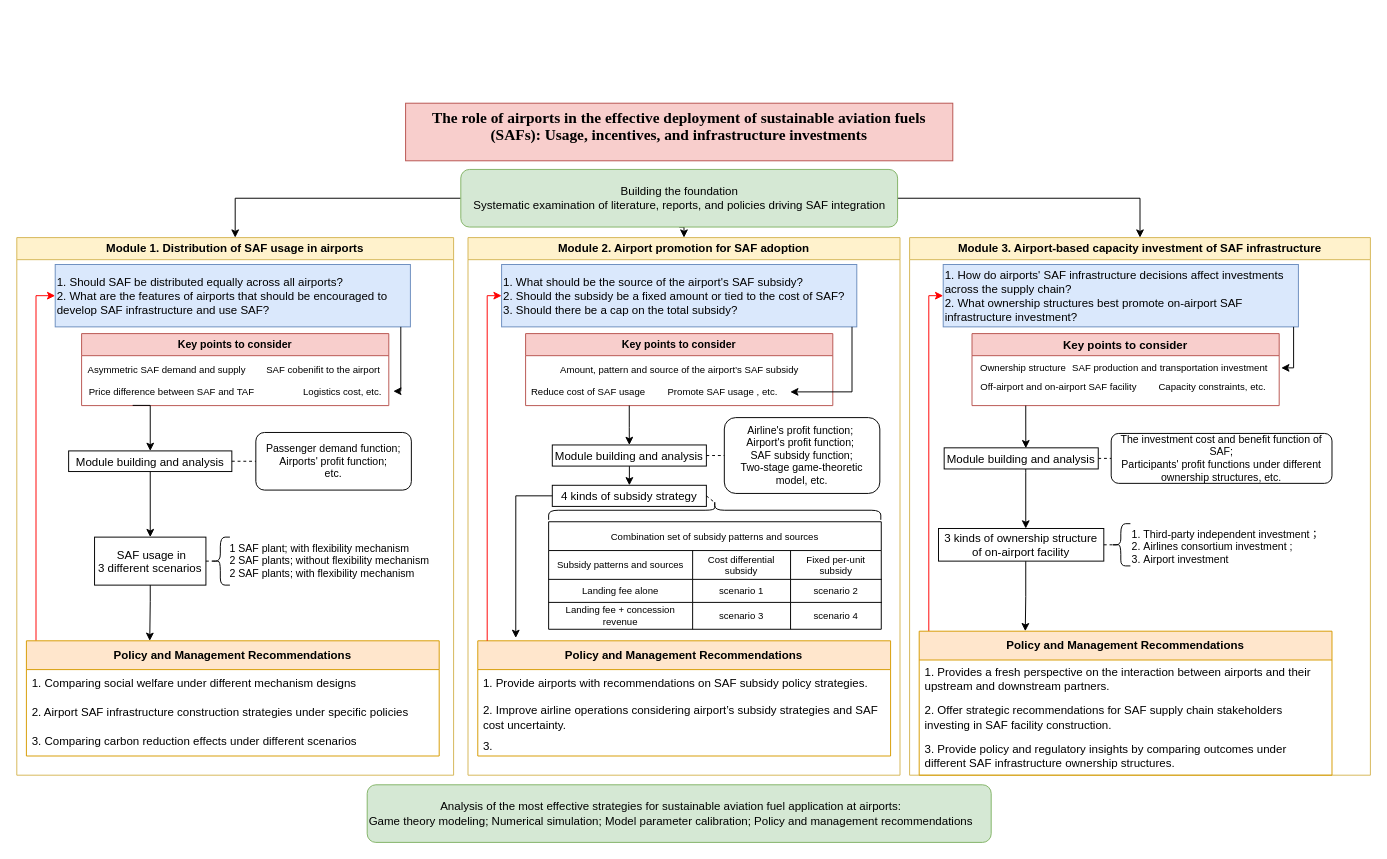
Before: 技术路线图.drawio in HengfeiMa95/paper-reading, a draw.io diagram. Source tidied: cells renumbered, new cells numbered last; positions are measured from the earlier drawing's top-left corner, leaving out a move shared by most shapes. Both pictures are drawn from the tidied source at 96%, with x=0, y=0 at pixel (16, 103).
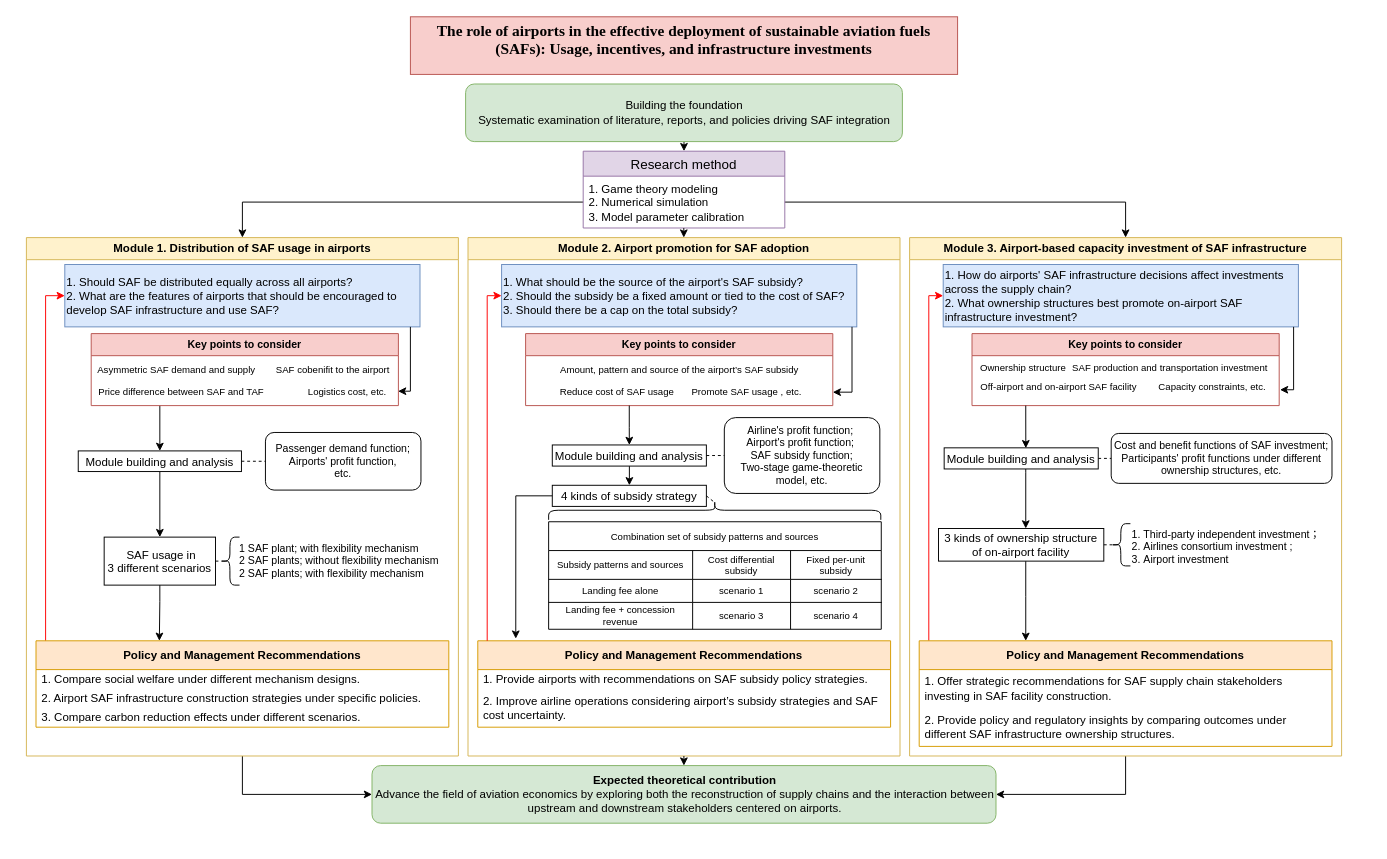
Above is the later version.

Commit message (it also covers changes not shown here):
Update 技术路线图.drawio

Unchanged cells that the change refers to:
```xml
<mxCell id="4" value="Module building and analysis" parent="2" vertex="1">
  <mxGeometry x="54" y="222.2" width="170" height="21.5" as="geometry" />
</mxCell>
<mxCell id="18" value="Key points to consider" style="swimlane;fillColor=#f8cecc;strokeColor=#b85450;fontSize=11;" parent="2" vertex="1">
  <mxGeometry x="67.5" y="100" width="320" height="75" as="geometry" />
</mxCell>
<mxCell id="20" value="&lt;font style=&quot;font-size: 10px;&quot;&gt;Price difference between SAF and TAF&lt;/font&gt;" style="text;html=1;align=center;verticalAlign=middle;points=[];strokeColor=none;fillColor=none;fontSize=9;" parent="18" vertex="1">
  <mxGeometry x="-7" y="45" width="200" height="30" as="geometry" />
</mxCell>
<mxCell id="26" value="1. What should be the source of the airport's SAF subsidy?&amp;nbsp;&lt;div&gt;2. Should the subsidy be a fixed amount or tied to the cost of SAF?&amp;nbsp;&lt;/div&gt;&lt;div&gt;3. Should there be a cap on the total subsidy?&lt;/div&gt;" style="text;strokeColor=#6c8ebf;fillColor=#dae8fc;html=1;whiteSpace=wrap;verticalAlign=middle;overflow=hidden;" parent="25" vertex="1">
  <mxGeometry x="35" y="28" width="370" height="65" as="geometry" />
</mxCell>
<mxCell id="51" value="Key points to consider" style="swimlane;fillColor=#f8cecc;strokeColor=#b85450;fontSize=11;" parent="25" vertex="1">
  <mxGeometry x="60" y="100" width="320" height="75" as="geometry" />
</mxCell>
<mxCell id="60" value="&lt;div&gt;1. How do airports' SAF infrastructure decisions affect investments across the supply chain?&lt;/div&gt;&lt;div&gt;2. What ownership structures best promote on-airport SAF infrastructure investment?&lt;/div&gt;" style="text;strokeColor=#6c8ebf;fillColor=#dae8fc;html=1;whiteSpace=wrap;verticalAlign=middle;overflow=hidden;" parent="59" vertex="1">
  <mxGeometry x="35" y="28" width="370" height="65" as="geometry" />
</mxCell>
<mxCell id="76" value="&lt;font style=&quot;font-size: 10px;&quot;&gt;Capacity constraints, etc.&lt;/font&gt;" style="text;html=1;align=center;verticalAlign=middle;points=[];strokeColor=none;fillColor=none;fontSize=9;" parent="75" vertex="1">
  <mxGeometry x="180" y="40" width="140" height="30" as="geometry" />
</mxCell>
<mxCell id="77" value="&lt;font style=&quot;font-size: 10px;&quot;&gt;SAF production and transportation investment&lt;/font&gt;" style="text;html=1;align=center;verticalAlign=middle;points=[];strokeColor=none;fillColor=none;fontSize=9;" parent="75" vertex="1">
  <mxGeometry x="91" y="20" width="230" height="30" as="geometry" />
</mxCell>
```

The edit, as a diff of the source:
```diff
@@
+    <mxCell id="88" style="edgeStyle=orthogonalEdgeStyle;rounded=0;jettySize=auto;html=1;entryX=0;entryY=0.5;entryDx=0;entryDy=0;" parent="1" edge="1" source="2" target="87">
+      <mxGeometry relative="1" as="geometry" />
+    </mxCell>
     <mxCell id="2" value="Module 1. Distribution of SAF usage in airports" style="swimlane;whiteSpace=wrap;fillColor=#fff2cc;strokeColor=#d6b656;" parent="1" vertex="1">
-      <mxGeometry y="140" width="455" height="560" as="geometry" />
+      <mxGeometry x="10" y="140" width="450" height="540" as="geometry" />
     </mxCell>
@@
-    <mxCell id="7" value="Passenger demand function;&lt;div style=&quot;font-size: 11px;&quot;&gt;Airports' profit function;&lt;/div&gt;&lt;div style=&quot;font-size: 11px;&quot;&gt;etc.&lt;/div&gt;" style="rounded=1;whiteSpace=wrap;html=1;fontSize=11;" parent="2" vertex="1">
+    <mxCell id="7" value="Passenger demand function;&lt;div style=&quot;font-size: 11px;&quot;&gt;Airports' profit function,&lt;/div&gt;&lt;div style=&quot;font-size: 11px;&quot;&gt;etc.&lt;/div&gt;" style="rounded=1;whiteSpace=wrap;html=1;fontSize=11;" parent="2" vertex="1">
       <mxGeometry x="249" y="203" width="162" height="60" as="geometry" />
     </mxCell>
@@
     <mxCell id="12" value="&lt;span style=&quot;font-weight: 700;&quot;&gt;Policy and Management Recommendations&lt;/span&gt;" style="swimlane;fontStyle=0;horizontal=1;startSize=30;whiteSpace=wrap;html=1;align=center;verticalAlign=middle;fontFamily=Helvetica;fontSize=12;fillColor=#ffe6cc;strokeColor=#d79b00;" parent="2" vertex="1">
-      <mxGeometry x="10" y="420" width="430" height="120" as="geometry" />
+      <mxGeometry x="10" y="420" width="430" height="90" as="geometry" />
     </mxCell>
-    <mxCell id="13" value="1. Comparing social welfare under different mechanism designs" style="text;strokeColor=none;fillColor=none;align=left;verticalAlign=middle;spacingLeft=4;spacingRight=4;overflow=hidden;whiteSpace=wrap;html=1;fontFamily=Helvetica;fontSize=12;fontColor=default;" parent="12" vertex="1">
-      <mxGeometry y="30" width="430" height="30" as="geometry" />
+    <mxCell id="13" value="1. Compare social welfare under different mechanism designs." style="text;strokeColor=none;fillColor=none;align=left;verticalAlign=middle;spacingLeft=4;spacingRight=4;overflow=hidden;whiteSpace=wrap;html=1;fontFamily=Helvetica;fontSize=12;fontColor=default;" parent="12" vertex="1">
+      <mxGeometry y="30" width="430" height="20" as="geometry" />
     </mxCell>
-    <mxCell id="14" value="2. Airport SAF infrastructure construction strategies under specific policies" style="text;strokeColor=none;fillColor=none;align=left;verticalAlign=middle;spacingLeft=4;spacingRight=4;overflow=hidden;whiteSpace=wrap;html=1;fontFamily=Helvetica;fontSize=12;fontColor=default;" parent="12" vertex="1">
-      <mxGeometry y="60" width="430" height="30" as="geometry" />
+    <mxCell id="14" value="2. Airport SAF infrastructure construction strategies under specific policies." style="text;strokeColor=none;fillColor=none;align=left;verticalAlign=middle;spacingLeft=4;spacingRight=4;overflow=hidden;whiteSpace=wrap;html=1;fontFamily=Helvetica;fontSize=12;fontColor=default;" parent="12" vertex="1">
+      <mxGeometry y="50" width="430" height="20" as="geometry" />
     </mxCell>
-    <mxCell id="15" value="3. Comparing carbon reduction effects under different scenarios" style="text;strokeColor=none;fillColor=none;align=left;verticalAlign=middle;spacingLeft=4;spacingRight=4;overflow=hidden;whiteSpace=wrap;html=1;fontFamily=Helvetica;fontSize=12;fontColor=default;" parent="12" vertex="1">
-      <mxGeometry y="90" width="430" height="30" as="geometry" />
+    <mxCell id="15" value="3. Compare carbon reduction effects under different scenarios." style="text;strokeColor=none;fillColor=none;align=left;verticalAlign=middle;spacingLeft=4;spacingRight=4;overflow=hidden;whiteSpace=wrap;html=1;fontFamily=Helvetica;fontSize=12;fontColor=default;" parent="12" vertex="1">
+      <mxGeometry y="70" width="430" height="20" as="geometry" />
     </mxCell>
@@
+    <mxCell id="89" style="edgeStyle=orthogonalEdgeStyle;rounded=0;jettySize=auto;html=1;entryX=0.5;entryY=0;entryDx=0;entryDy=0;" parent="2" edge="1" source="18" target="4">
+      <mxGeometry relative="1" as="geometry">
+        <Array as="points">
+          <mxPoint x="139" y="190" />
+          <mxPoint x="139" y="190" />
+        </Array>
+      </mxGeometry>
+    </mxCell>
@@
     <mxCell id="22" value="Logistics cost, etc." style="text;html=1;align=center;verticalAlign=middle;points=[];strokeColor=none;fillColor=none;fontSize=10;" parent="18" vertex="1">
-      <mxGeometry x="216" y="45" width="110" height="30" as="geometry" />
+      <mxGeometry x="211" y="45" width="110" height="30" as="geometry" />
     </mxCell>
-    <mxCell id="23" style="edgeStyle=orthogonalEdgeStyle;rounded=0;jettySize=auto;html=1;entryX=0.5;entryY=0;entryDx=0;entryDy=0;exitX=0.301;exitY=0.993;exitDx=0;exitDy=0;exitPerimeter=0;" parent="2" edge="1" source="20" target="4">
-      <mxGeometry relative="1" as="geometry">
-        <Array as="points">
-          <mxPoint x="139" y="175" />
-        </Array>
-      </mxGeometry>
-    </mxCell>
@@
     <mxCell id="25" value="Module 2. Airport promotion for SAF adoption" style="swimlane;whiteSpace=wrap;fillColor=#fff2cc;strokeColor=#d6b656;" parent="1" vertex="1">
-      <mxGeometry x="470" y="140" width="450" height="560" as="geometry" />
+      <mxGeometry x="470" y="140" width="450" height="540" as="geometry" />
     </mxCell>
@@
     <mxCell id="47" value="&lt;span style=&quot;font-weight: 700;&quot;&gt;Policy and Management Recommendations&lt;/span&gt;" style="swimlane;fontStyle=0;horizontal=1;startSize=30;whiteSpace=wrap;html=1;align=center;verticalAlign=middle;fontFamily=Helvetica;fontSize=12;fillColor=#ffe6cc;strokeColor=#d79b00;" parent="25" vertex="1">
-      <mxGeometry x="10.2" y="420" width="430" height="120" as="geometry" />
+      <mxGeometry x="10.2" y="420" width="430" height="90" as="geometry" />
     </mxCell>
     <mxCell id="48" value="1. Provide airports with recommendations on SAF subsidy policy strategies." style="text;strokeColor=none;fillColor=none;align=left;verticalAlign=middle;spacingLeft=4;spacingRight=4;overflow=hidden;whiteSpace=wrap;html=1;fontFamily=Helvetica;fontSize=12;fontColor=default;" parent="47" vertex="1">
-      <mxGeometry y="30" width="430" height="30" as="geometry" />
+      <mxGeometry y="30" width="430" height="20" as="geometry" />
     </mxCell>
     <mxCell id="49" value="2. Improve airline operations considering airport’s subsidy strategies and SAF cost uncertainty." style="text;strokeColor=none;fillColor=none;align=left;verticalAlign=middle;spacingLeft=4;spacingRight=4;overflow=hidden;whiteSpace=wrap;html=1;fontFamily=Helvetica;fontSize=12;fontColor=default;" parent="47" vertex="1">
-      <mxGeometry y="60" width="430" height="40" as="geometry" />
+      <mxGeometry y="50" width="430" height="40" as="geometry" />
     </mxCell>
-    <mxCell id="50" value="3.&amp;nbsp;" style="text;strokeColor=none;fillColor=none;align=left;verticalAlign=middle;spacingLeft=4;spacingRight=4;overflow=hidden;whiteSpace=wrap;html=1;fontFamily=Helvetica;fontSize=12;fontColor=default;" parent="47" vertex="1">
-      <mxGeometry y="100" width="430" height="20" as="geometry" />
-    </mxCell>
@@
     <mxCell id="52" value="Promote SAF usage , etc." style="text;html=1;align=center;verticalAlign=middle;points=[];strokeColor=none;fillColor=none;fontSize=10;" parent="51" vertex="1">
-      <mxGeometry x="135" y="45" width="140" height="30" as="geometry" />
+      <mxGeometry x="160" y="45" width="140" height="30" as="geometry" />
     </mxCell>
@@
     <mxCell id="54" value="Reduce cost of SAF usage" style="text;html=1;align=center;verticalAlign=middle;points=[];strokeColor=none;fillColor=none;fontSize=10;" parent="51" vertex="1">
-      <mxGeometry x="-5" y="45" width="140" height="30" as="geometry" />
+      <mxGeometry x="25" y="45" width="140" height="30" as="geometry" />
     </mxCell>
@@
-    <mxCell id="58" style="edgeStyle=orthogonalEdgeStyle;rounded=0;jettySize=auto;html=1;entryX=1.005;entryY=0.524;entryDx=0;entryDy=0;entryPerimeter=0;" parent="25" edge="1" source="26" target="52">
+    <mxCell id="58" style="edgeStyle=orthogonalEdgeStyle;rounded=0;jettySize=auto;html=1;" parent="25" edge="1" source="26">
       <mxGeometry relative="1" as="geometry">
+        <mxPoint x="380" y="161" as="targetPoint" />
         <Array as="points">
           <mxPoint x="400" y="161" />
         </Array>
       </mxGeometry>
     </mxCell>
+    <mxCell id="90" style="edgeStyle=orthogonalEdgeStyle;rounded=0;jettySize=auto;html=1;entryX=1;entryY=0.5;entryDx=0;entryDy=0;" parent="1" edge="1" source="59" target="87">
+      <mxGeometry relative="1" as="geometry" />
+    </mxCell>
     <mxCell id="59" value="Module 3. Airport-based capacity investment of SAF infrastructure" style="swimlane;whiteSpace=wrap;fillColor=#fff2cc;strokeColor=#d6b656;" parent="1" vertex="1">
-      <mxGeometry x="930" y="140" width="480" height="560" as="geometry" />
+      <mxGeometry x="930" y="140" width="450" height="540" as="geometry" />
     </mxCell>
@@
-    <mxCell id="63" value="The investment cost and benefit function of SAF;&lt;div&gt;Participants' profit functions under different ownership structures, etc.&lt;br&gt;&lt;/div&gt;" style="rounded=1;whiteSpace=wrap;html=1;fontSize=11;" parent="59" vertex="1">
+    <mxCell id="63" value="Cost and benefit functions of SAF investment;&lt;div&gt;Participants' profit functions under different ownership structures, etc.&lt;br&gt;&lt;/div&gt;" style="rounded=1;whiteSpace=wrap;html=1;fontSize=11;" parent="59" vertex="1">
       <mxGeometry x="210" y="204" width="230" height="52" as="geometry" />
     </mxCell>
-    <mxCell id="64" style="edgeStyle=orthogonalEdgeStyle;rounded=0;orthogonalLoop=1;jettySize=auto;html=1;entryX=0.25;entryY=0;entryDx=0;entryDy=0;" parent="59" edge="1">
+    <mxCell id="64" style="edgeStyle=orthogonalEdgeStyle;rounded=0;orthogonalLoop=1;jettySize=auto;html=1;" parent="59" edge="1">
       <mxGeometry relative="1" as="geometry">
         <mxPoint x="121" y="337" as="sourcePoint" />
-        <mxPoint x="120.5" y="410" as="targetPoint" />
+        <mxPoint x="121" y="420" as="targetPoint" />
         <Array as="points">
           <mxPoint x="121" y="374" />
           <mxPoint x="121" y="374" />
         </Array>
       </mxGeometry>
     </mxCell>
@@
     <mxCell id="70" value="&lt;span style=&quot;font-weight: 700;&quot;&gt;Policy and Management Recommendations&lt;/span&gt;" style="swimlane;fontStyle=0;horizontal=1;startSize=30;whiteSpace=wrap;html=1;align=center;verticalAlign=middle;fontFamily=Helvetica;fontSize=12;fillColor=#ffe6cc;strokeColor=#d79b00;" parent="59" vertex="1">
-      <mxGeometry x="10" y="410" width="430" height="150" as="geometry" />
+      <mxGeometry x="10" y="420" width="430" height="110" as="geometry" />
     </mxCell>
-    <mxCell id="71" value="1. Provides a fresh perspective on the interaction between airports and their upstream and downstream partners." style="text;strokeColor=none;fillColor=none;align=left;verticalAlign=middle;spacingLeft=4;spacingRight=4;overflow=hidden;whiteSpace=wrap;html=1;fontFamily=Helvetica;fontSize=12;fontColor=default;" parent="70" vertex="1">
-      <mxGeometry y="30" width="430" height="40" as="geometry" />
-    </mxCell>
-    <mxCell id="72" value="2. Offer strategic recommendations for&amp;nbsp;SAF supply chain stakeholders investing in SAF facility construction." style="text;strokeColor=none;fillColor=none;align=left;verticalAlign=middle;spacingLeft=4;spacingRight=4;overflow=hidden;whiteSpace=wrap;html=1;fontFamily=Helvetica;fontSize=12;fontColor=default;" parent="70" vertex="1">
-      <mxGeometry y="70" width="430" height="40" as="geometry" />
+    <mxCell id="72" value="1. Offer strategic recommendations for&amp;nbsp;SAF supply chain stakeholders investing in SAF facility construction." style="text;strokeColor=none;fillColor=none;align=left;verticalAlign=middle;spacingLeft=4;spacingRight=4;overflow=hidden;whiteSpace=wrap;html=1;fontFamily=Helvetica;fontSize=12;fontColor=default;" parent="70" vertex="1">
+      <mxGeometry y="30" width="430" height="40" as="geometry" />
     </mxCell>
-    <mxCell id="73" value="3. Provide policy and regulatory insights by comparing outcomes under different SAF infrastructure ownership structures." style="text;strokeColor=none;fillColor=none;align=left;verticalAlign=middle;spacingLeft=4;spacingRight=4;overflow=hidden;whiteSpace=wrap;html=1;fontFamily=Helvetica;fontSize=12;fontColor=default;" parent="70" vertex="1">
-      <mxGeometry y="110" width="430" height="40" as="geometry" />
+    <mxCell id="73" value="2. Provide policy and regulatory insights by comparing outcomes under different SAF infrastructure ownership structures." style="text;strokeColor=none;fillColor=none;align=left;verticalAlign=middle;spacingLeft=4;spacingRight=4;overflow=hidden;whiteSpace=wrap;html=1;fontFamily=Helvetica;fontSize=12;fontColor=default;" parent="70" vertex="1">
+      <mxGeometry y="70" width="430" height="40" as="geometry" />
     </mxCell>
@@
-    <mxCell id="75" value="Key points to consider" style="swimlane;fillColor=#f8cecc;strokeColor=#b85450;" parent="59" vertex="1">
+    <mxCell id="75" value="Key points to consider" style="swimlane;fillColor=#f8cecc;strokeColor=#b85450;fontSize=11;" parent="59" vertex="1">
       <mxGeometry x="65" y="100" width="320" height="75" as="geometry" />
     </mxCell>
@@
-    <mxCell id="81" style="edgeStyle=orthogonalEdgeStyle;rounded=0;jettySize=auto;html=1;entryX=1.005;entryY=0.524;entryDx=0;entryDy=0;entryPerimeter=0;" parent="59" edge="1" source="60" target="77">
-      <mxGeometry relative="1" as="geometry">
-        <Array as="points">
-          <mxPoint x="400" y="136" />
-        </Array>
-      </mxGeometry>
-    </mxCell>
+    <mxCell id="91" style="edgeStyle=orthogonalEdgeStyle;rounded=0;jettySize=auto;html=1;entryX=1.006;entryY=0.617;entryDx=0;entryDy=0;entryPerimeter=0;" parent="59" edge="1" source="60" target="76">
+      <mxGeometry relative="1" as="geometry">
+        <Array as="points">
+          <mxPoint x="400" y="159" />
+        </Array>
+      </mxGeometry>
+    </mxCell>
     <mxCell id="82" value="&lt;p class=&quot;MsoNormal&quot; style=&quot;margin: 0cm 0cm 8pt; line-height: normal; font-size: 11pt; font-family: DengXian;&quot;&gt;&lt;b&gt;&lt;span lang=&quot;EN-US&quot; style=&quot;font-size: 12pt; font-family: &amp;quot;Times New Roman&amp;quot;, serif;&quot;&gt;The role of airports in the effective deployment of sustainable aviation fuels (SAFs): Usage, incentives, and infrastructure investments&lt;/span&gt;&lt;/b&gt;&lt;/p&gt;" style="rounded=0;whiteSpace=wrap;html=1;align=center;verticalAlign=top;fillColor=#f8cecc;strokeColor=#b85450;" parent="1" vertex="1">
-      <mxGeometry x="405" width="570" height="60" as="geometry" />
+      <mxGeometry x="410" y="-90" width="570" height="60" as="geometry" />
     </mxCell>
-    <mxCell id="83" style="edgeStyle=orthogonalEdgeStyle;rounded=0;jettySize=auto;html=1;entryX=0.5;entryY=0;entryDx=0;entryDy=0;fontFamily=Helvetica;fontSize=12;fontColor=default;" parent="1" edge="1" source="86" target="2">
+    <mxCell id="83" style="edgeStyle=orthogonalEdgeStyle;rounded=0;jettySize=auto;html=1;entryX=0.5;entryY=0;entryDx=0;entryDy=0;fontFamily=Helvetica;fontSize=12;fontColor=default;exitX=0;exitY=0.5;exitDx=0;exitDy=0;" parent="1" edge="1" source="93" target="2">
       <mxGeometry relative="1" as="geometry" />
     </mxCell>
-    <mxCell id="84" style="edgeStyle=orthogonalEdgeStyle;rounded=0;jettySize=auto;html=1;entryX=0.5;entryY=0;entryDx=0;entryDy=0;fontFamily=Helvetica;fontSize=12;fontColor=default;" parent="1" edge="1" source="86" target="59">
+    <mxCell id="84" style="edgeStyle=orthogonalEdgeStyle;rounded=0;jettySize=auto;html=1;entryX=0.5;entryY=0;entryDx=0;entryDy=0;fontFamily=Helvetica;fontSize=12;fontColor=default;exitX=1;exitY=0.5;exitDx=0;exitDy=0;" parent="1" edge="1" source="93" target="59">
       <mxGeometry relative="1" as="geometry" />
     </mxCell>
-    <mxCell id="85" style="edgeStyle=orthogonalEdgeStyle;rounded=0;jettySize=auto;html=1;exitX=0.5;exitY=1;exitDx=0;exitDy=0;entryX=0.5;entryY=0;entryDx=0;entryDy=0;" parent="1" edge="1" source="86" target="25">
+    <mxCell id="85" style="edgeStyle=orthogonalEdgeStyle;rounded=0;jettySize=auto;html=1;exitX=0.5;exitY=1;exitDx=0;exitDy=0;entryX=0.5;entryY=0;entryDx=0;entryDy=0;" parent="1" edge="1" source="86" target="92">
       <mxGeometry relative="1" as="geometry" />
     </mxCell>
     <mxCell id="86" value="Building the foundation&lt;div&gt;Systematic examination of literature, reports, and policies driving SAF integration&lt;/div&gt;" style="rounded=1;whiteSpace=wrap;html=1;fillColor=#d5e8d4;strokeColor=#82b366;" parent="1" vertex="1">
-      <mxGeometry x="462.5" y="69" width="455" height="60" as="geometry" />
+      <mxGeometry x="467.5" y="-20" width="455" height="60" as="geometry" />
     </mxCell>
-    <mxCell id="87" value="&lt;div style=&quot;text-align: center;&quot;&gt;Analysis of the most effective strategies for sustainable aviation fuel application at airports:&lt;/div&gt;&lt;div&gt;&lt;span style=&quot;background-color: initial;&quot;&gt;Game theory modeling; Numerical simulation;&amp;nbsp;&lt;/span&gt;&lt;span style=&quot;background-color: initial;&quot;&gt;Model parameter c&lt;/span&gt;&lt;span style=&quot;background-color: initial;&quot;&gt;alibration&lt;/span&gt;&lt;span style=&quot;background-color: initial;&quot;&gt;;&amp;nbsp;&lt;/span&gt;&lt;span style=&quot;background-color: initial;&quot;&gt;Policy and management recommendations&lt;/span&gt;&lt;/div&gt;" style="rounded=1;whiteSpace=wrap;html=1;align=left;verticalAlign=middle;fontFamily=Helvetica;fontSize=12;fillColor=#d5e8d4;strokeColor=#82b366;" parent="1" vertex="1">
-      <mxGeometry x="365" y="710" width="650" height="60" as="geometry" />
+    <mxCell id="87" value="&lt;div style=&quot;text-align: center;&quot;&gt;&lt;b&gt;&lt;font style=&quot;font-size: 12px;&quot;&gt;Expected theoretical contribution&lt;/font&gt;&lt;/b&gt;&lt;/div&gt;&lt;div style=&quot;text-align: center;&quot;&gt;Advance the field of aviation economics by exploring both the reconstruction of supply chains and the interaction between upstream and downstream stakeholders centered on airports.&lt;br&gt;&lt;/div&gt;" style="rounded=1;whiteSpace=wrap;html=1;align=left;verticalAlign=middle;fontFamily=Helvetica;fontSize=12;fillColor=#d5e8d4;strokeColor=#82b366;" parent="1" vertex="1">
+      <mxGeometry x="370" y="690" width="650" height="60" as="geometry" />
     </mxCell>
+    <mxCell id="92" value="Research method" style="swimlane;fontStyle=0;horizontal=1;startSize=26;align=center;fontSize=14;fillColor=#e1d5e7;strokeColor=#9673a6;" parent="1" vertex="1">
+      <mxGeometry x="590" y="50" width="210" height="80" as="geometry" />
+    </mxCell>
+    <mxCell id="93" value="&lt;div style=&quot;&quot;&gt;&lt;span style=&quot;background-color: initial;&quot;&gt;1. Game theory modeling&lt;/span&gt;&lt;/div&gt;&lt;div style=&quot;&quot;&gt;&lt;span style=&quot;background-color: initial;&quot;&gt;2. Numerical simulation&lt;/span&gt;&lt;/div&gt;&lt;div style=&quot;&quot;&gt;&lt;span style=&quot;background-color: initial;&quot;&gt;3. Model parameter c&lt;/span&gt;&lt;span style=&quot;background-color: initial;&quot;&gt;alibration&lt;/span&gt;&lt;/div&gt;" style="text;strokeColor=none;fillColor=none;spacingLeft=4;spacingRight=4;overflow=hidden;points=[[0,0.5],[1,0.5]];portConstraint=eastwest;fontSize=12;whiteSpace=wrap;html=1;align=left;" parent="92" vertex="1">
+      <mxGeometry y="26" width="210" height="54" as="geometry" />
+    </mxCell>
+    <mxCell id="94" style="edgeStyle=orthogonalEdgeStyle;rounded=0;orthogonalLoop=1;jettySize=auto;html=1;exitX=0.5;exitY=1;exitDx=0;exitDy=0;entryX=0.5;entryY=0;entryDx=0;entryDy=0;" parent="1" edge="1">
+      <mxGeometry relative="1" as="geometry">
+        <mxPoint x="694.8" y="130" as="sourcePoint" />
+        <mxPoint x="694.8" y="140" as="targetPoint" />
+      </mxGeometry>
+    </mxCell>
+    <mxCell id="95" style="edgeStyle=orthogonalEdgeStyle;rounded=0;orthogonalLoop=1;jettySize=auto;html=1;exitX=0.5;exitY=1;exitDx=0;exitDy=0;entryX=0.5;entryY=0;entryDx=0;entryDy=0;" parent="1" edge="1">
+      <mxGeometry relative="1" as="geometry">
+        <mxPoint x="694.9" y="680" as="sourcePoint" />
+        <mxPoint x="694.9" y="690" as="targetPoint" />
+      </mxGeometry>
+    </mxCell>
```
